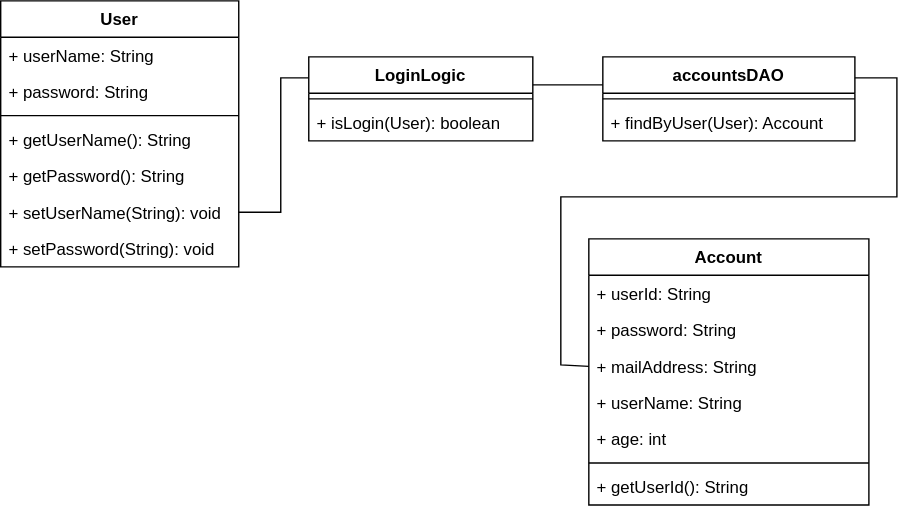
Before: クラス図.drawio.svg, a diagram exported from draw.io (toyoaya/draw.io_exam). Source tidied: cells renumbered, new cells last; positions are measured from the earlier drawing's top-left corner, leaving out a move shared by most shapes.
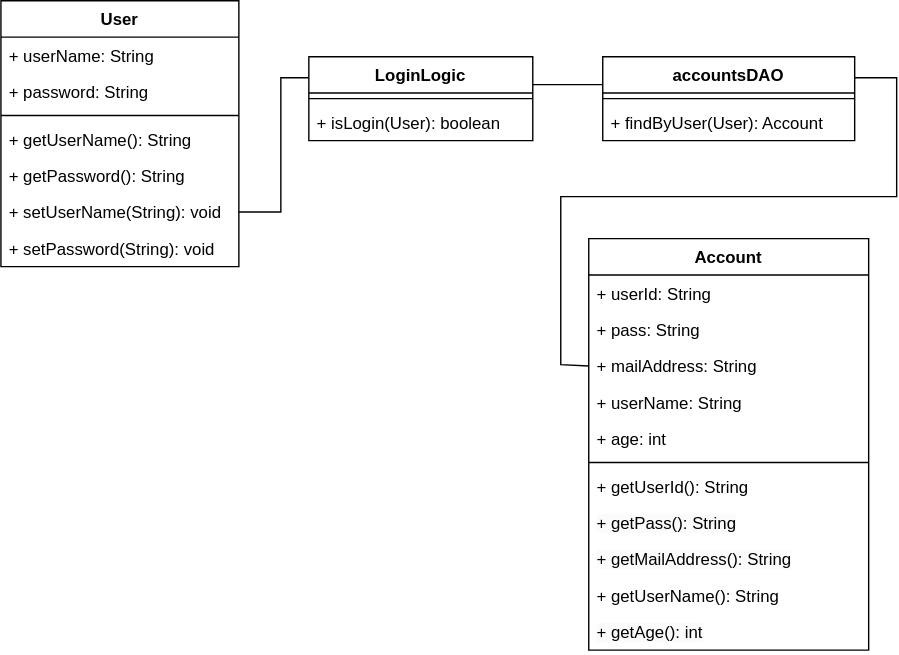
The same file after the commit.

Commit message:
クラス図.drawio.svg を更新します

What changed in the source:
```diff
@@ -53,12 +53,12 @@
       <mxGeometry y="34" width="180" height="26" as="geometry" />
     </mxCell>
     <mxCell id="17" value="Account" style="swimlane;fontStyle=1;align=center;verticalAlign=top;horizontal=1;startSize=26;whiteSpace=wrap;html=1;" parent="1" vertex="1">
-      <mxGeometry x="420" y="170" width="200" height="190" as="geometry" />
+      <mxGeometry x="420" y="170" width="200" height="294" as="geometry" />
     </mxCell>
     <mxCell id="18" value="+ userId: String" style="text;strokeColor=none;fillColor=none;align=left;verticalAlign=top;spacingLeft=4;spacingRight=4;overflow=hidden;whiteSpace=wrap;html=1;" parent="17" vertex="1">
       <mxGeometry y="26" width="200" height="26" as="geometry" />
     </mxCell>
-    <mxCell id="19" value="+ password: String" style="text;strokeColor=none;fillColor=none;align=left;verticalAlign=top;spacingLeft=4;spacingRight=4;overflow=hidden;whiteSpace=wrap;html=1;" parent="17" vertex="1">
+    <mxCell id="19" value="+ pass: String" style="text;strokeColor=none;fillColor=none;align=left;verticalAlign=top;spacingLeft=4;spacingRight=4;overflow=hidden;whiteSpace=wrap;html=1;" parent="17" vertex="1">
       <mxGeometry y="52" width="200" height="26" as="geometry" />
     </mxCell>
     <mxCell id="20" value="+ mailAddress: String" style="text;strokeColor=none;fillColor=none;align=left;verticalAlign=top;spacingLeft=4;spacingRight=4;overflow=hidden;points=[[0,0.5],[1,0.5]];portConstraint=eastwest;whiteSpace=wrap;html=1;" parent="17" vertex="1">
@@ -76,6 +76,18 @@
     <mxCell id="24" value="+ getUserId(): String" style="text;strokeColor=none;fillColor=none;align=left;verticalAlign=top;spacingLeft=4;spacingRight=4;overflow=hidden;whiteSpace=wrap;html=1;" parent="17" vertex="1">
       <mxGeometry y="164" width="200" height="26" as="geometry" />
     </mxCell>
+    <mxCell id="27" value="&lt;span style=&quot;color: rgb(0, 0, 0); font-family: Helvetica; font-size: 12px; font-style: normal; font-variant-ligatures: normal; font-variant-caps: normal; font-weight: 400; letter-spacing: normal; orphans: 2; text-align: left; text-indent: 0px; text-transform: none; widows: 2; word-spacing: 0px; -webkit-text-stroke-width: 0px; white-space: normal; background-color: rgb(251, 251, 251); text-decoration-thickness: initial; text-decoration-style: initial; text-decoration-color: initial; display: inline !important; float: none;&quot;&gt;+ getPass(): String&lt;/span&gt;" style="text;strokeColor=none;fillColor=none;align=left;verticalAlign=top;spacingLeft=4;spacingRight=4;overflow=hidden;whiteSpace=wrap;html=1;" parent="17" vertex="1">
+      <mxGeometry y="190" width="200" height="26" as="geometry" />
+    </mxCell>
+    <mxCell id="28" value="&lt;span style=&quot;color: rgb(0, 0, 0); font-family: Helvetica; font-size: 12px; font-style: normal; font-variant-ligatures: normal; font-variant-caps: normal; font-weight: 400; letter-spacing: normal; orphans: 2; text-align: left; text-indent: 0px; text-transform: none; widows: 2; word-spacing: 0px; -webkit-text-stroke-width: 0px; white-space: normal; background-color: rgb(251, 251, 251); text-decoration-thickness: initial; text-decoration-style: initial; text-decoration-color: initial; display: inline !important; float: none;&quot;&gt;+ getMailAddress(): String&lt;/span&gt;" style="text;strokeColor=none;fillColor=none;align=left;verticalAlign=top;spacingLeft=4;spacingRight=4;overflow=hidden;whiteSpace=wrap;html=1;" parent="17" vertex="1">
+      <mxGeometry y="216" width="200" height="26" as="geometry" />
+    </mxCell>
+    <mxCell id="29" value="+ getUserName(): String" style="text;strokeColor=none;fillColor=none;align=left;verticalAlign=top;spacingLeft=4;spacingRight=4;overflow=hidden;whiteSpace=wrap;html=1;" parent="17" vertex="1">
+      <mxGeometry y="242" width="200" height="26" as="geometry" />
+    </mxCell>
+    <mxCell id="30" value="&lt;span style=&quot;color: rgb(0, 0, 0); font-family: Helvetica; font-size: 12px; font-style: normal; font-variant-ligatures: normal; font-variant-caps: normal; font-weight: 400; letter-spacing: normal; orphans: 2; text-align: left; text-indent: 0px; text-transform: none; widows: 2; word-spacing: 0px; -webkit-text-stroke-width: 0px; white-space: normal; background-color: rgb(251, 251, 251); text-decoration-thickness: initial; text-decoration-style: initial; text-decoration-color: initial; display: inline !important; float: none;&quot;&gt;+ getAge(): int&lt;/span&gt;" style="text;strokeColor=none;fillColor=none;align=left;verticalAlign=top;spacingLeft=4;spacingRight=4;overflow=hidden;whiteSpace=wrap;html=1;" parent="17" vertex="1">
+      <mxGeometry y="268" width="200" height="26" as="geometry" />
+    </mxCell>
     <mxCell id="25" style="endArrow=none;html=1;rounded=0;" parent="1" edge="1">
       <mxGeometry relative="1" as="geometry">
         <mxPoint x="380" y="60" as="sourcePoint" />
```
